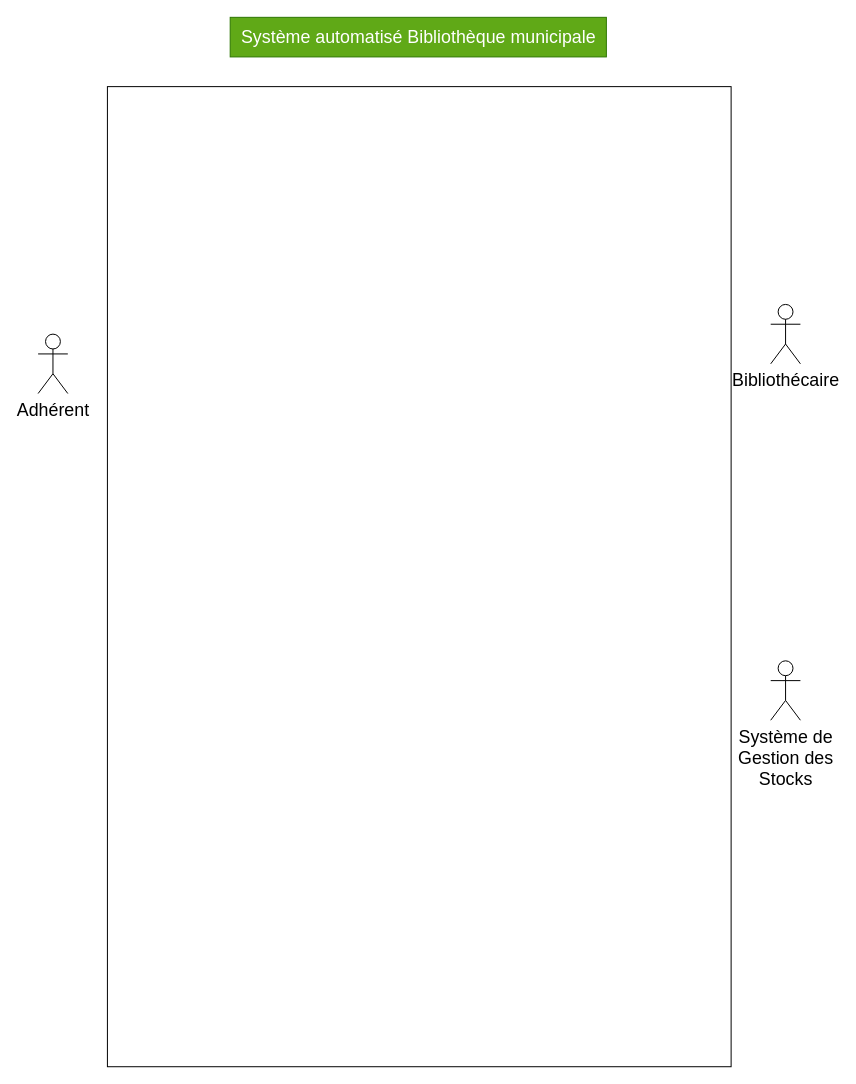
Earlier version of the draw.io diagram Formation_CDA/13_UML/TP/Exo4_Diagramme-de-classe-Gestion-bibliotheque/Exo4_Diagramme-de-classe.drawio (JaceyStew6/CDA_M2i). Source tidied: cells renumbered, new cells numbered last; positions are measured from the earlier drawing's top-left corner, leaving out a move shared by most shapes. Both pictures are drawn from the tidied source at 99%, with x=0, y=0 at pixel (38, 17).
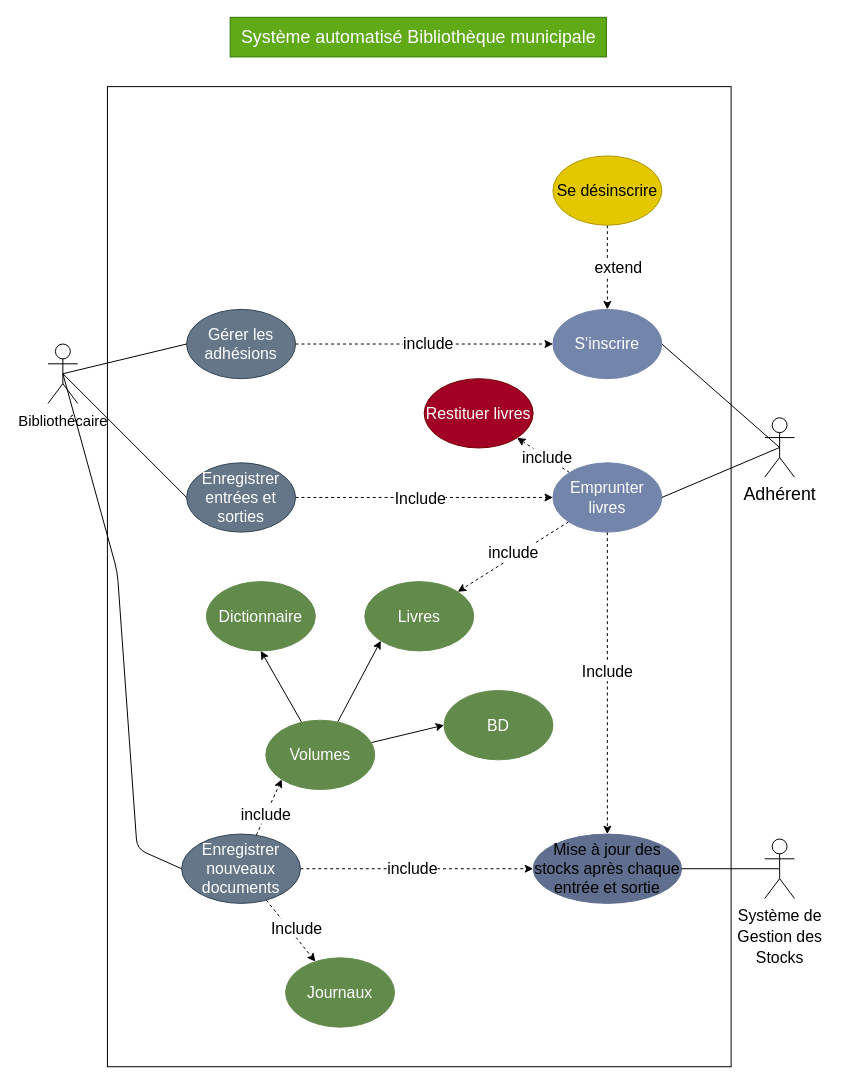
After the change.

Commit message (it also covers changes not shown here):
UML: ajout exercice 4 diagramme de classe et Exercice 5 diagramme de sequence

Diff of the diagram source:
```diff
@@
     <mxCell id="4" value="Adhérent" style="shape=umlActor;verticalLabelPosition=bottom;verticalAlign=top;html=1;outlineConnect=0;fontSize=18;fillColor=none;" parent="1" vertex="1">
-      <mxGeometry y="320" width="30" height="60" as="geometry" />
+      <mxGeometry x="734" y="404.5" width="30" height="60" as="geometry" />
     </mxCell>
-    <mxCell id="5" value="Bibliothécaire" style="shape=umlActor;verticalLabelPosition=bottom;verticalAlign=top;html=1;outlineConnect=0;fontSize=18;fillColor=none;" parent="1" vertex="1">
-      <mxGeometry x="740" y="290" width="30" height="60" as="geometry" />
+    <mxCell id="5" value="&lt;font style=&quot;font-size: 15px;&quot;&gt;Bibliothécaire&lt;/font&gt;" style="shape=umlActor;verticalLabelPosition=bottom;verticalAlign=top;html=1;outlineConnect=0;fontSize=18;fillColor=none;" parent="1" vertex="1">
+      <mxGeometry x="10" y="330" width="30" height="60" as="geometry" />
     </mxCell>
-    <mxCell id="6" value="Système de&lt;br&gt;Gestion des&lt;br&gt;Stocks" style="shape=umlActor;verticalLabelPosition=bottom;verticalAlign=top;html=1;outlineConnect=0;fontSize=18;fillColor=none;" parent="1" vertex="1">
-      <mxGeometry x="740" y="650" width="30" height="60" as="geometry" />
+    <mxCell id="6" value="&lt;font style=&quot;font-size: 16px;&quot;&gt;Système de&lt;br&gt;Gestion des&lt;br&gt;Stocks&lt;/font&gt;" style="shape=umlActor;verticalLabelPosition=bottom;verticalAlign=top;html=1;outlineConnect=0;fontSize=18;fillColor=none;" parent="1" vertex="1">
+      <mxGeometry x="734" y="830" width="30" height="60" as="geometry" />
     </mxCell>
+    <mxCell id="7" value="S'inscrire" style="ellipse;whiteSpace=wrap;html=1;fontSize=16;fillColor=#7385AB;fontColor=#ffffff;strokeColor=#7385AB;" parent="1" vertex="1">
+      <mxGeometry x="520" y="295" width="110" height="70" as="geometry" />
+    </mxCell>
+    <mxCell id="8" style="edgeStyle=none;html=1;entryX=0.5;entryY=0;entryDx=0;entryDy=0;dashed=1;fontSize=16;" parent="1" edge="1" source="14" target="29">
+      <mxGeometry relative="1" as="geometry" />
+    </mxCell>
+    <mxCell id="9" value="Include" style="edgeLabel;html=1;align=center;verticalAlign=middle;fontSize=16;" parent="8" vertex="1">
+      <mxGeometry x="0.39" y="-3" relative="1" as="geometry">
+        <mxPoint x="2" y="-72" as="offset" />
+      </mxGeometry>
+    </mxCell>
+    <mxCell id="10" style="edgeStyle=none;html=1;entryX=1;entryY=1;entryDx=0;entryDy=0;dashed=1;fontSize=16;" parent="1" edge="1" source="14" target="15">
+      <mxGeometry relative="1" as="geometry" />
+    </mxCell>
+    <mxCell id="11" value="include" style="edgeLabel;html=1;align=center;verticalAlign=middle;fontSize=16;" parent="10" vertex="1">
+      <mxGeometry x="-0.47" y="2" relative="1" as="geometry">
+        <mxPoint x="-8" y="-8" as="offset" />
+      </mxGeometry>
+    </mxCell>
+    <mxCell id="12" style="edgeStyle=none;html=1;entryX=1;entryY=0;entryDx=0;entryDy=0;dashed=1;fontSize=16;" parent="1" edge="1" source="14" target="43">
+      <mxGeometry relative="1" as="geometry" />
+    </mxCell>
+    <mxCell id="13" value="include" style="edgeLabel;html=1;align=center;verticalAlign=middle;fontSize=16;" parent="12" vertex="1">
+      <mxGeometry x="-0.21" y="1" relative="1" as="geometry">
+        <mxPoint x="-13" y="2" as="offset" />
+      </mxGeometry>
+    </mxCell>
+    <mxCell id="14" value="Emprunter livres" style="ellipse;whiteSpace=wrap;html=1;fontSize=16;fillColor=#7385AB;fontColor=#ffffff;strokeColor=#7385AB;" parent="1" vertex="1">
+      <mxGeometry x="520" y="450" width="110" height="70" as="geometry" />
+    </mxCell>
+    <mxCell id="15" value="Restituer livres" style="ellipse;whiteSpace=wrap;html=1;fontSize=16;fillColor=#a20025;fontColor=#ffffff;strokeColor=#6F0000;" parent="1" vertex="1">
+      <mxGeometry x="390" y="365" width="110" height="70" as="geometry" />
+    </mxCell>
+    <mxCell id="16" style="edgeStyle=none;html=1;entryX=0.5;entryY=0;entryDx=0;entryDy=0;fontSize=16;dashed=1;" parent="1" edge="1" source="18" target="7">
+      <mxGeometry relative="1" as="geometry" />
+    </mxCell>
+    <mxCell id="17" value="extend" style="edgeLabel;html=1;align=center;verticalAlign=middle;fontSize=16;" parent="16" vertex="1">
+      <mxGeometry x="0.32" y="-4" relative="1" as="geometry">
+        <mxPoint x="14" y="-14" as="offset" />
+      </mxGeometry>
+    </mxCell>
+    <mxCell id="18" value="Se désinscrire" style="ellipse;whiteSpace=wrap;html=1;fontSize=16;fillColor=#e3c800;fontColor=#000000;strokeColor=#B09500;" parent="1" vertex="1">
+      <mxGeometry x="520" y="140" width="110" height="70" as="geometry" />
+    </mxCell>
+    <mxCell id="19" style="edgeStyle=none;html=1;entryX=0;entryY=1;entryDx=0;entryDy=0;dashed=1;fontSize=16;" parent="1" edge="1" source="25" target="41">
+      <mxGeometry relative="1" as="geometry" />
+    </mxCell>
+    <mxCell id="20" value="include" style="edgeLabel;html=1;align=center;verticalAlign=middle;fontSize=16;" parent="19" vertex="1">
+      <mxGeometry x="-0.38" y="-1" relative="1" as="geometry">
+        <mxPoint y="-5" as="offset" />
+      </mxGeometry>
+    </mxCell>
+    <mxCell id="21" style="edgeStyle=none;html=1;dashed=1;fontSize=16;" parent="1" edge="1" source="25" target="42">
+      <mxGeometry relative="1" as="geometry" />
+    </mxCell>
+    <mxCell id="22" value="Include" style="edgeLabel;html=1;align=center;verticalAlign=middle;fontSize=16;" parent="21" vertex="1">
+      <mxGeometry x="0.35" y="-1" relative="1" as="geometry">
+        <mxPoint x="-3" y="-15" as="offset" />
+      </mxGeometry>
+    </mxCell>
+    <mxCell id="23" style="edgeStyle=none;html=1;entryX=0;entryY=0.5;entryDx=0;entryDy=0;dashed=1;fontSize=16;" parent="1" edge="1" source="25" target="29">
+      <mxGeometry relative="1" as="geometry" />
+    </mxCell>
+    <mxCell id="24" value="include" style="edgeLabel;html=1;align=center;verticalAlign=middle;fontSize=16;" parent="23" vertex="1">
+      <mxGeometry x="-0.35" y="1" relative="1" as="geometry">
+        <mxPoint x="36" as="offset" />
+      </mxGeometry>
+    </mxCell>
+    <mxCell id="25" value="Enregistrer nouveaux documents" style="ellipse;whiteSpace=wrap;html=1;fontSize=16;fillColor=#647687;fontColor=#ffffff;strokeColor=#314354;" parent="1" vertex="1">
+      <mxGeometry x="145" y="825" width="120" height="70" as="geometry" />
+    </mxCell>
+    <mxCell id="26" style="edgeStyle=none;html=1;fontSize=16;dashed=1;" parent="1" edge="1" source="28" target="14">
+      <mxGeometry relative="1" as="geometry" />
+    </mxCell>
+    <mxCell id="27" value="Include" style="edgeLabel;html=1;align=center;verticalAlign=middle;fontSize=16;" parent="26" vertex="1">
+      <mxGeometry x="-0.44" y="-1" relative="1" as="geometry">
+        <mxPoint x="52" y="-1" as="offset" />
+      </mxGeometry>
+    </mxCell>
+    <mxCell id="28" value="Enregistrer entrées et sorties" style="ellipse;whiteSpace=wrap;html=1;fontSize=16;fillColor=#647687;fontColor=#ffffff;strokeColor=#314354;" parent="1" vertex="1">
+      <mxGeometry x="150" y="450" width="110" height="70" as="geometry" />
+    </mxCell>
+    <mxCell id="29" value="Mise à jour des stocks après chaque entrée et sortie" style="ellipse;whiteSpace=wrap;html=1;fontSize=16;fillColor=#606F8F;strokeColor=#606F8F;" parent="1" vertex="1">
+      <mxGeometry x="500" y="825" width="150" height="70" as="geometry" />
+    </mxCell>
+    <mxCell id="30" style="endArrow=none;html=1;fontSize=16;exitX=0.5;exitY=0.5;exitDx=0;exitDy=0;exitPerimeter=0;entryX=1;entryY=0.5;entryDx=0;entryDy=0;" parent="1" edge="1" source="4" target="7">
+      <mxGeometry relative="1" as="geometry" />
+    </mxCell>
+    <mxCell id="31" style="endArrow=none;html=1;fontSize=16;exitX=0.5;exitY=0.5;exitDx=0;exitDy=0;exitPerimeter=0;entryX=1;entryY=0.5;entryDx=0;entryDy=0;" parent="1" edge="1" source="4" target="14">
+      <mxGeometry relative="1" as="geometry" />
+    </mxCell>
+    <mxCell id="32" style="edgeStyle=none;html=1;dashed=1;fontSize=16;" parent="1" edge="1" source="34" target="7">
+      <mxGeometry relative="1" as="geometry" />
+    </mxCell>
+    <mxCell id="33" value="include" style="edgeLabel;html=1;align=center;verticalAlign=middle;fontSize=16;" parent="32" vertex="1">
+      <mxGeometry x="-0.31" y="1" relative="1" as="geometry">
+        <mxPoint x="43" as="offset" />
+      </mxGeometry>
+    </mxCell>
+    <mxCell id="34" value="Gérer les adhésions" style="ellipse;whiteSpace=wrap;html=1;fontSize=16;fillColor=#647687;fontColor=#ffffff;strokeColor=#314354;" parent="1" vertex="1">
+      <mxGeometry x="150" y="295" width="110" height="70" as="geometry" />
+    </mxCell>
+    <mxCell id="35" style="endArrow=none;html=1;fontSize=16;exitX=0;exitY=0.5;exitDx=0;exitDy=0;entryX=0.5;entryY=0.5;entryDx=0;entryDy=0;entryPerimeter=0;" parent="1" edge="1" source="34" target="5">
+      <mxGeometry relative="1" as="geometry" />
+    </mxCell>
+    <mxCell id="36" style="endArrow=none;html=1;fontSize=16;exitX=0;exitY=0.5;exitDx=0;exitDy=0;entryX=0.5;entryY=0.5;entryDx=0;entryDy=0;entryPerimeter=0;" parent="1" edge="1" source="25" target="5">
+      <mxGeometry relative="1" as="geometry">
+        <Array as="points">
+          <mxPoint x="100" y="840" />
+          <mxPoint x="80" y="560" />
+        </Array>
+      </mxGeometry>
+    </mxCell>
+    <mxCell id="37" style="endArrow=none;html=1;fontSize=16;exitX=0;exitY=0.5;exitDx=0;exitDy=0;entryX=0.5;entryY=0.5;entryDx=0;entryDy=0;entryPerimeter=0;" parent="1" edge="1" source="28" target="5">
+      <mxGeometry relative="1" as="geometry" />
+    </mxCell>
+    <mxCell id="38" style="edgeStyle=none;html=1;entryX=0.5;entryY=1;entryDx=0;entryDy=0;fontSize=16;" parent="1" edge="1" source="41" target="45">
+      <mxGeometry relative="1" as="geometry" />
+    </mxCell>
+    <mxCell id="39" style="edgeStyle=none;html=1;entryX=0;entryY=1;entryDx=0;entryDy=0;fontSize=16;" parent="1" edge="1" source="41" target="43">
+      <mxGeometry relative="1" as="geometry" />
+    </mxCell>
+    <mxCell id="40" style="edgeStyle=none;html=1;entryX=0;entryY=0.5;entryDx=0;entryDy=0;fontSize=16;" parent="1" edge="1" source="41" target="44">
+      <mxGeometry relative="1" as="geometry" />
+    </mxCell>
+    <mxCell id="41" value="Volumes" style="ellipse;whiteSpace=wrap;html=1;fontSize=16;fillColor=#628A4B;fontColor=#ffffff;strokeColor=#628A4B;" parent="1" vertex="1">
+      <mxGeometry x="230" y="710" width="110" height="70" as="geometry" />
+    </mxCell>
+    <mxCell id="42" value="Journaux" style="ellipse;whiteSpace=wrap;html=1;fontSize=16;fillColor=#628A4B;fontColor=#ffffff;strokeColor=#628A4B;" parent="1" vertex="1">
+      <mxGeometry x="250" y="950" width="110" height="70" as="geometry" />
+    </mxCell>
+    <mxCell id="43" value="Livres" style="ellipse;whiteSpace=wrap;html=1;fontSize=16;fillColor=#628A4B;fontColor=#ffffff;strokeColor=#628A4B;" parent="1" vertex="1">
+      <mxGeometry x="330" y="570" width="110" height="70" as="geometry" />
+    </mxCell>
+    <mxCell id="44" value="BD" style="ellipse;whiteSpace=wrap;html=1;fontSize=16;fillColor=#628A4B;fontColor=#ffffff;strokeColor=#628A4B;" parent="1" vertex="1">
+      <mxGeometry x="410" y="680" width="110" height="70" as="geometry" />
+    </mxCell>
+    <mxCell id="45" value="Dictionnaire" style="ellipse;whiteSpace=wrap;html=1;fontSize=16;fillColor=#628A4B;fontColor=#ffffff;strokeColor=#628A4B;" parent="1" vertex="1">
+      <mxGeometry x="170" y="570" width="110" height="70" as="geometry" />
+    </mxCell>
+    <mxCell id="46" style="endArrow=none;html=1;fontSize=16;exitX=0.5;exitY=0.5;exitDx=0;exitDy=0;entryX=1;entryY=0.5;entryDx=0;entryDy=0;exitPerimeter=0;" parent="1" edge="1" source="6" target="29">
+      <mxGeometry relative="1" as="geometry" />
+    </mxCell>
```
